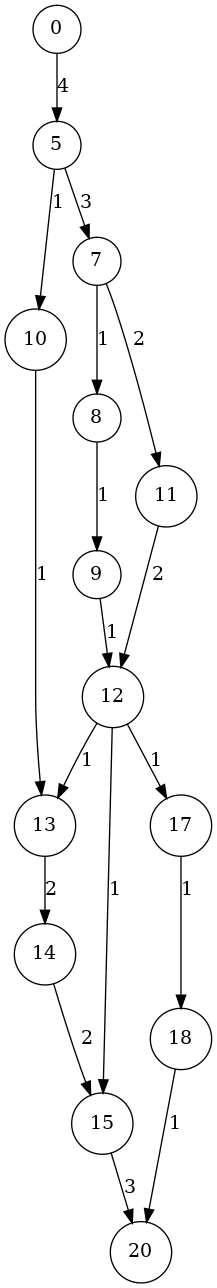
Before: figures/graphc.png, a diagram exported from Graphviz (kaygun/ford-fulkerson). Its source is kept beside it as figures/graphc.dot.
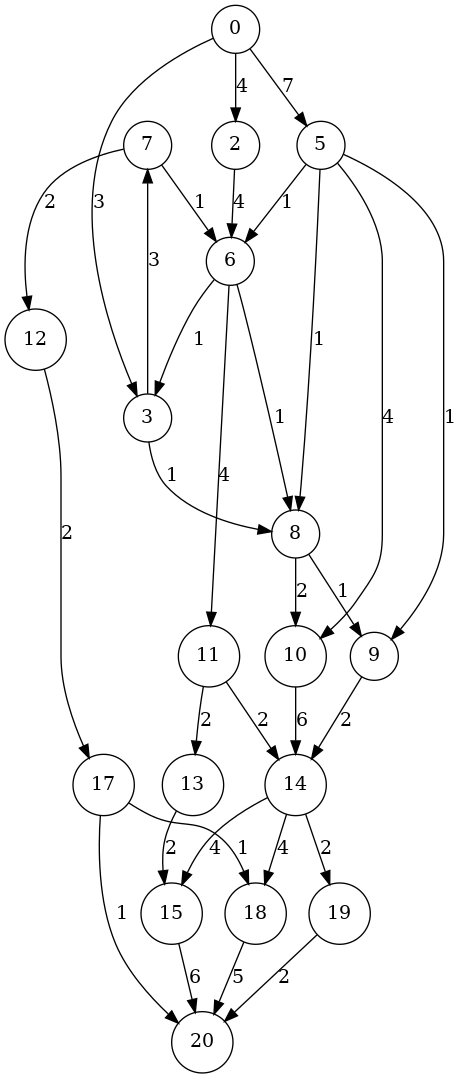
Later version of the same file.

Diff of the diagram source:
```diff
@@ -1,20 +1,34 @@
 digraph G {
 node[shape=circle];
+"7" -> "6" [label=1];
+"10" -> "14" [label=6];
 "8" -> "9" [label=1];
-"7" -> "11" [label=2];
-"12" -> "17" [label=1];
-"10" -> "13" [label=1];
-"12" -> "13" [label=1];
-"5" -> "10" [label=1];
-"0" -> "5" [label=4];
+"7" -> "12" [label=2];
+"13" -> "15" [label=2];
+"12" -> "17" [label=2];
+"5" -> "10" [label=4];
+"6" -> "3" [label=1];
+"0" -> "5" [label=7];
 "17" -> "18" [label=1];
-"7" -> "8" [label=1];
-"9" -> "12" [label=1];
-"15" -> "20" [label=3];
-"14" -> "15" [label=2];
-"5" -> "7" [label=3];
-"11" -> "12" [label=2];
-"12" -> "15" [label=1];
-"18" -> "20" [label=1];
-"13" -> "14" [label=2];
+"11" -> "14" [label=2];
+"11" -> "13" [label=2];
+"8" -> "10" [label=2];
+"14" -> "19" [label=2];
+"15" -> "20" [label=6];
+"14" -> "15" [label=4];
+"9" -> "14" [label=2];
+"0" -> "3" [label=3];
+"5" -> "6" [label=1];
+"5" -> "8" [label=1];
+"6" -> "8" [label=1];
+"6" -> "11" [label=4];
+"5" -> "9" [label=1];
+"0" -> "2" [label=4];
+"14" -> "18" [label=4];
+"3" -> "8" [label=1];
+"3" -> "7" [label=3];
+"2" -> "6" [label=4];
+"18" -> "20" [label=5];
+"19" -> "20" [label=2];
+"17" -> "20" [label=1];
 }
```
